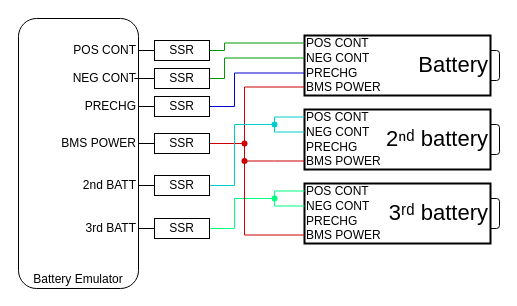
Above: be_battery_3x_gpio.drawio in nagyrobi/files (draw.io), before the change. Source tidied: cells renumbered, new cells numbered last; positions are measured from the earlier drawing's top-left corner, leaving out a move shared by most shapes. Both pictures are drawn from the tidied source at 100%, with x=0, y=0 at pixel (18, 18).
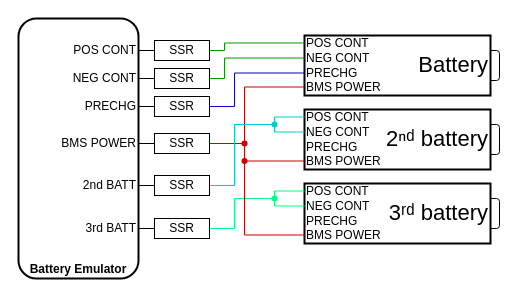
The same diagram, later.

Unchanged cells that the change refers to:
```xml
<mxCell id="12" value="NEG CONT" style="text;html=1;whiteSpace=wrap;strokeColor=none;fillColor=none;align=right;verticalAlign=middle;rounded=0;" parent="1" vertex="1">
  <mxGeometry x="45" y="45" width="75" height="30" as="geometry" />
</mxCell>
<mxCell id="15" value="SSR" style="rounded=0;whiteSpace=wrap;html=1;" parent="1" vertex="1">
  <mxGeometry x="136" y="50" width="55" height="20" as="geometry" />
</mxCell>
```

The edit, as a diff of the source:
```diff
@@
-    <mxCell id="8" value="Battery Emulator" style="rounded=1;whiteSpace=wrap;html=1;miterlimit=4;verticalAlign=bottom;" parent="1" vertex="1">
-      <mxGeometry width="120" height="270" as="geometry" />
+    <mxCell id="8" value="Battery Emulator" style="rounded=1;whiteSpace=wrap;html=1;miterlimit=4;verticalAlign=bottom;fontStyle=1;strokeWidth=2;" parent="1" vertex="1">
+      <mxGeometry width="120" height="260" as="geometry" />
     </mxCell>
@@
-    <mxCell id="13" style="edgeStyle=orthogonalEdgeStyle;rounded=0;jettySize=auto;html=1;endArrow=none;endFill=0;" parent="1" edge="1" source="15" target="12">
-      <mxGeometry relative="1" as="geometry" />
-    </mxCell>
@@
+    <mxCell id="58" style="endArrow=none;html=1;rounded=0;entryX=0;entryY=0.5;entryDx=0;entryDy=0;exitX=1;exitY=0.5;exitDx=0;exitDy=0;" parent="1" edge="1" source="12" target="15">
+      <mxGeometry relative="1" as="geometry" />
+    </mxCell>
```
